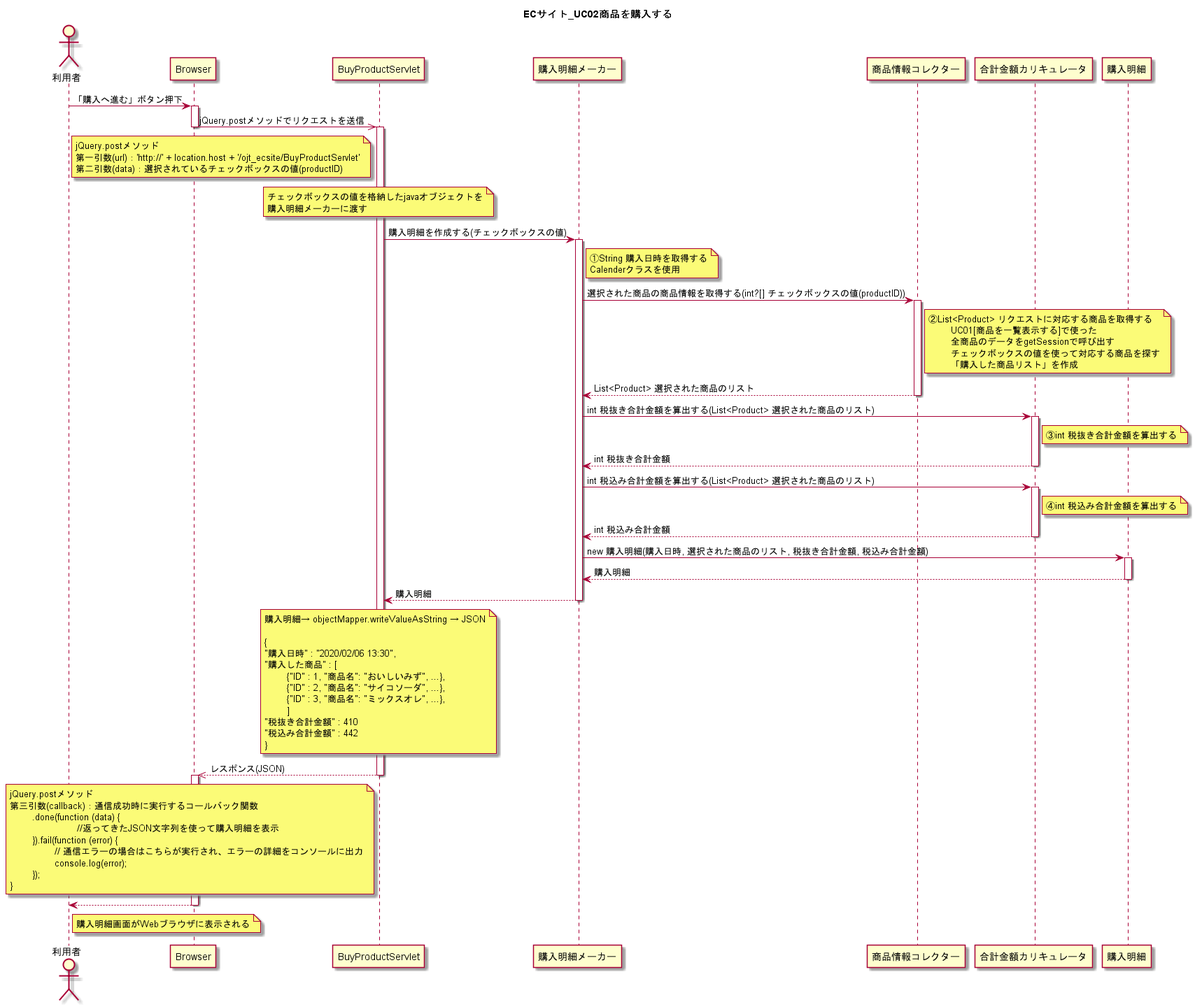
wnakayama/ojt_ecsite keeps this PlantUML diagram as UML/ECサイト_UC02商品を購入する.png. Above is the earlier version. Its diagram source:
```plantuml
@startuml
title ECサイト_UC02商品を購入する

actor 利用者

利用者 -> Browser : 「購入へ進む」ボタン押下
activate Browser

Browser ->> BuyProductServlet : jQuery.postメソッドでリクエストを送信
deactivate Browser
activate BuyProductServlet

	note left of BuyProductServlet
	jQuery.postメソッド
	第一引数(url)：'http://' + location.host + '/ojt_ecsite/BuyProductServlet'
	第二引数(data)：選択されているチェックボックスの値(productID)
	end note

	note over BuyProductServlet
	チェックボックスの値を格納したjavaオブジェクトを
	購入明細メーカーに渡す
	end note

BuyProductServlet -> 購入明細メーカー : 購入明細を作成する(チェックボックスの値)
activate 購入明細メーカー

	note right of 購入明細メーカー
	①String 購入日時を取得する
	Calenderクラスを使用
	end note


購入明細メーカー -> 商品情報コレクター : 選択された商品の商品情報を取得する(int?[] チェックボックスの値(productID))
activate 商品情報コレクター
	note right of 商品情報コレクター
	②List<Product> リクエストに対応する商品を取得する
		UC01[商品を一覧表示する]で使った
		全商品のデータをgetSessionで呼び出す
		チェックボックスの値を使って対応する商品を探す
		「購入した商品リスト」を作成
	end note
購入明細メーカー <-- 商品情報コレクター : List<Product> 選択された商品のリスト
deactivate 商品情報コレクター

購入明細メーカー -> 合計金額カリキュレータ : int 税抜き合計金額を算出する(List<Product> 選択された商品のリスト)
activate 合計金額カリキュレータ
	note right of 合計金額カリキュレータ
	③int 税抜き合計金額を算出する
	end note
購入明細メーカー <-- 合計金額カリキュレータ : int 税抜き合計金額
deactivate 合計金額カリキュレータ

購入明細メーカー -> 合計金額カリキュレータ : int 税込み合計金額を算出する(List<Product> 選択された商品のリスト)
activate 合計金額カリキュレータ
	note right of 合計金額カリキュレータ
	④int 税込み合計金額を算出する
	end note
購入明細メーカー <-- 合計金額カリキュレータ : int 税込み合計金額
deactivate 合計金額カリキュレータ


購入明細メーカー -> 購入明細 : new 購入明細(購入日時, 選択された商品のリスト, 税抜き合計金額, 税込み合計金額)
activate 購入明細
購入明細メーカー <-- 購入明細 : 購入明細
deactivate 購入明細

BuyProductServlet <-- 購入明細メーカー : 購入明細
deactivate 購入明細メーカー

	note over BuyProductServlet
	購入明細→ objectMapper.writeValueAsString → JSON

	{
	"購入日時" : "2020/02/06 13:30",
	"購入した商品" : [
		{"ID" : 1, "商品名": "おいしいみず", ...},
		{"ID" : 2, "商品名": "サイコソーダ", ...},
		{"ID" : 3, "商品名": "ミックスオレ", ...},
		]
	"税抜き合計金額" : 410
	"税込み合計金額" : 442
	}
	end note

Browser <<-- BuyProductServlet : レスポンス(JSON)
deactivate BuyProductServlet
activate Browser

	note left of BuyProductServlet
	jQuery.postメソッド
	第三引数(callback)：通信成功時に実行するコールバック関数
		.done(function (data) {
				//返ってきたJSON文字列を使って購入明細を表示
		}).fail(function (error) {
			// 通信エラーの場合はこちらが実行され、エラーの詳細をコンソールに出力
			console.log(error);
		});
	}
	end note


利用者 <-- Browser
	note right of 利用者
	購入明細画面がWebブラウザに表示される
	end note

deactivate Browser

@enduml
```
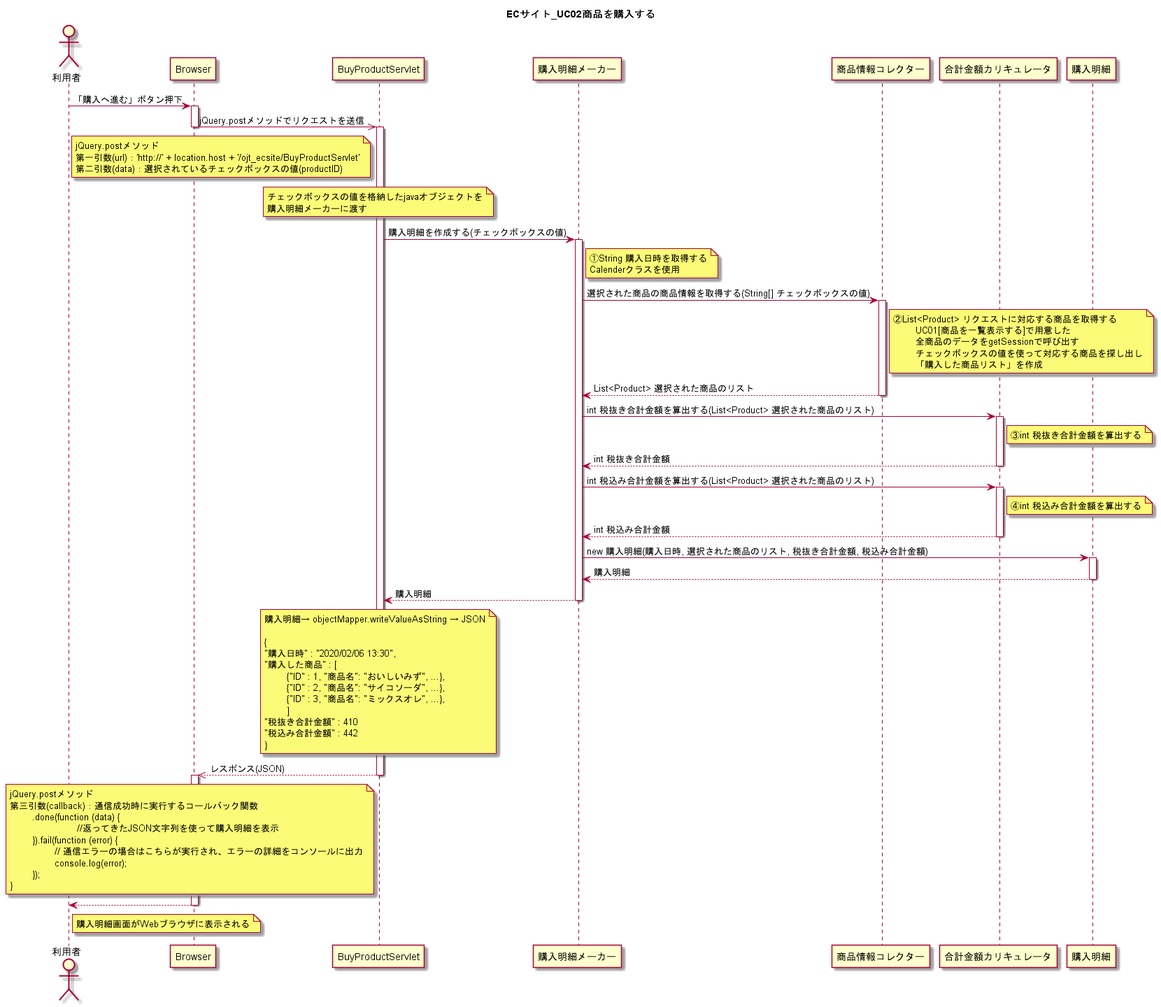
After the commit.

What changed in the source:
```diff
@@ -30,13 +30,13 @@
 	end note
 
 
-購入明細メーカー -> 商品情報コレクター : 選択された商品の商品情報を取得する(int?[] チェックボックスの値(productID))
+購入明細メーカー -> 商品情報コレクター : 選択された商品の商品情報を取得する(String[] チェックボックスの値)
 activate 商品情報コレクター
 	note right of 商品情報コレクター
 	②List<Product> リクエストに対応する商品を取得する
-		UC01[商品を一覧表示する]で使った
+		UC01[商品を一覧表示する]で用意した
 		全商品のデータをgetSessionで呼び出す
-		チェックボックスの値を使って対応する商品を探す
+		チェックボックスの値を使って対応する商品を探し出し
 		「購入した商品リスト」を作成
 	end note
 購入明細メーカー <-- 商品情報コレクター : List<Product> 選択された商品のリスト
```
